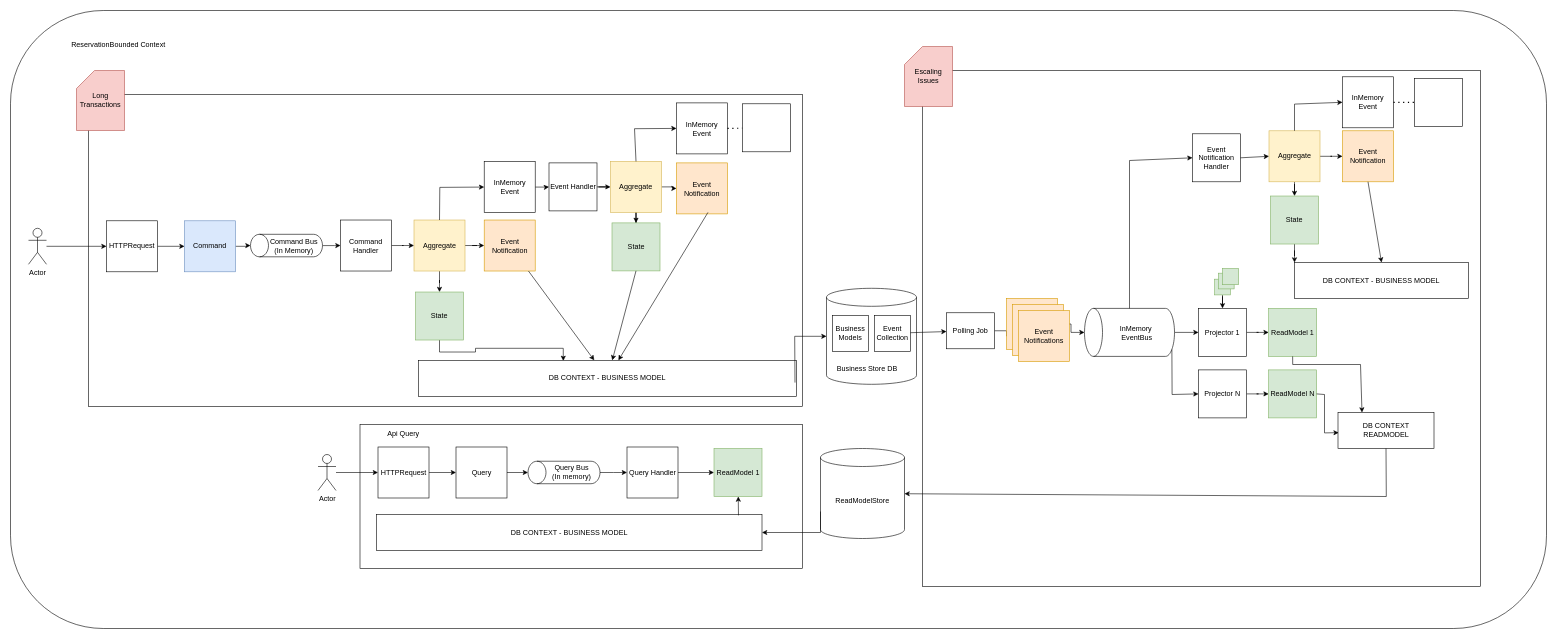
Before: docs/Current.drawio in jordiaragonzaragoza/JordiAragonZaragoza.Cinema, a draw.io diagram. Source tidied: cells renumbered, new cells numbered last; positions are measured from the earlier drawing's top-left corner, leaving out a move shared by most shapes. Both pictures are drawn from the tidied source at 60%, with x=0, y=0 at pixel (10, 10).
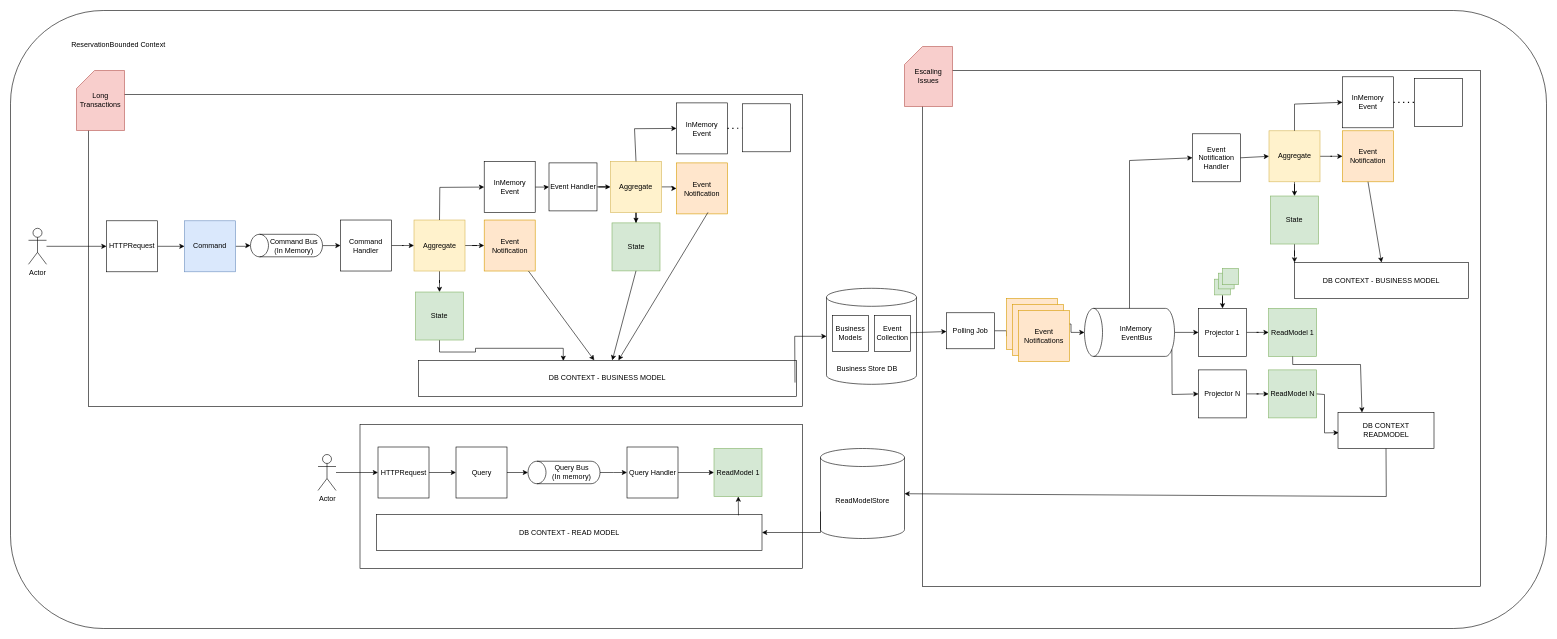
Above is the later version.

What changed in the source:
```diff
@@
-    <mxCell id="21" value="Api Query" style="text;html=1;align=center;verticalAlign=middle;whiteSpace=wrap;rounded=0;rotation=0;" parent="1" vertex="1">
-      <mxGeometry x="570" y="690" width="170" height="30" as="geometry" />
-    </mxCell>
@@
-    <mxCell id="87" value="DB CONTEXT - BUSINESS MODEL" style="rounded=0;whiteSpace=wrap;html=1;" parent="1" vertex="1">
+    <mxCell id="87" value="DB CONTEXT - READ MODEL" style="rounded=0;whiteSpace=wrap;html=1;" parent="1" vertex="1">
       <mxGeometry x="610" y="840" width="642.5" height="60" as="geometry" />
     </mxCell>
```
